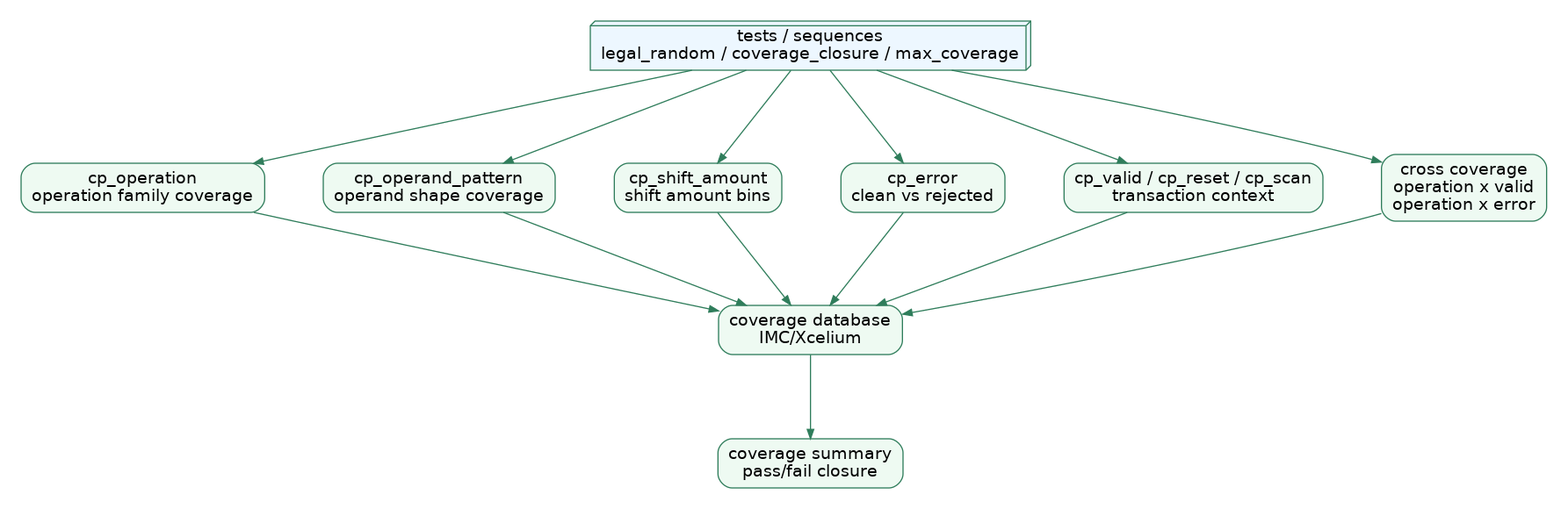
The Graphviz diagram docs/06_architecture_diagrams/bmu_coverage_overview.png in JHT127/riscv-bmu-verification, before a commit. Its source is kept beside it as docs/06_architecture_diagrams/bmu_coverage_overview.dot.
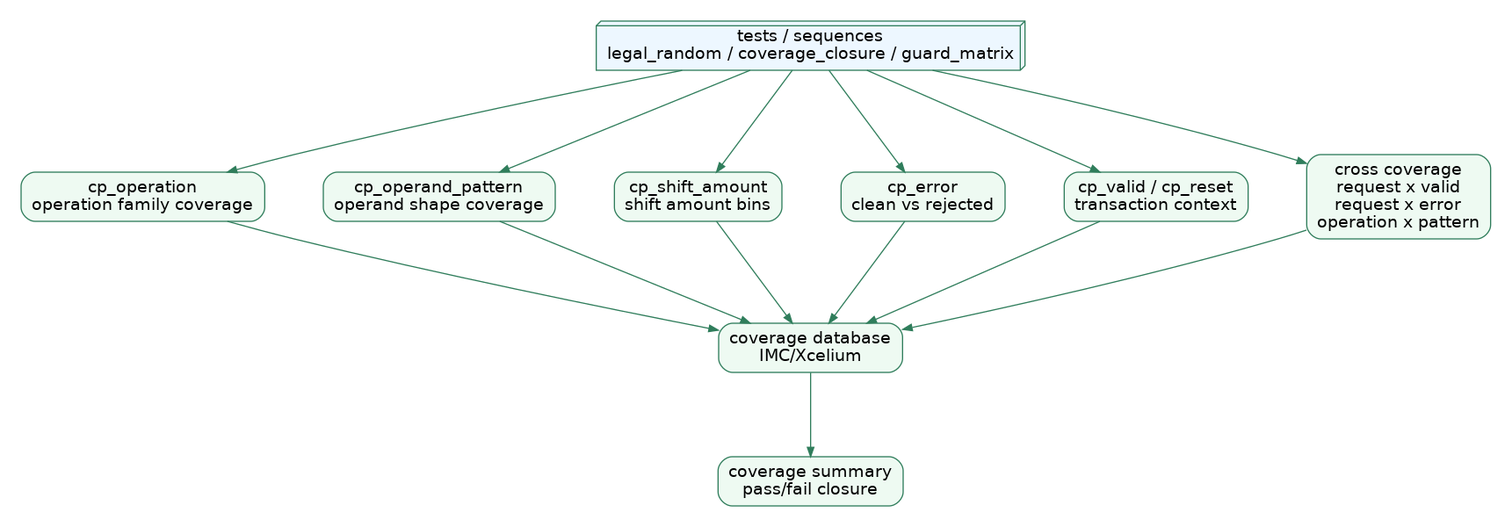
The same file after the commit.

Commit message:
align coverage and sequence diagrams with the submitted tests

Change to the diagram source:
```diff
@@ -11,7 +11,7 @@
         edge [color="#2f7d5b", arrowsize=0.8];
 
         tests [label="tests / sequences
-legal_random / coverage_closure / max_coverage", shape=box3d, fillcolor="#edf7ff"];
+legal_random / coverage_closure / guard_matrix", shape=box3d, fillcolor="#edf7ff"];
         op [label="cp_operation
 operation family coverage"];
         patt [label="cp_operand_pattern
@@ -20,11 +20,12 @@
 shift amount bins"];
         error [label="cp_error
 clean vs rejected"];
-        valid [label="cp_valid / cp_reset / cp_scan
+        valid [label="cp_valid / cp_reset
 transaction context"];
         cross [label="cross coverage
-operation x valid
-operation x error"];
+request x valid
+request x error
+operation x pattern"];
         db [label="coverage database
 IMC/Xcelium"];
         report [label="coverage summary
```
